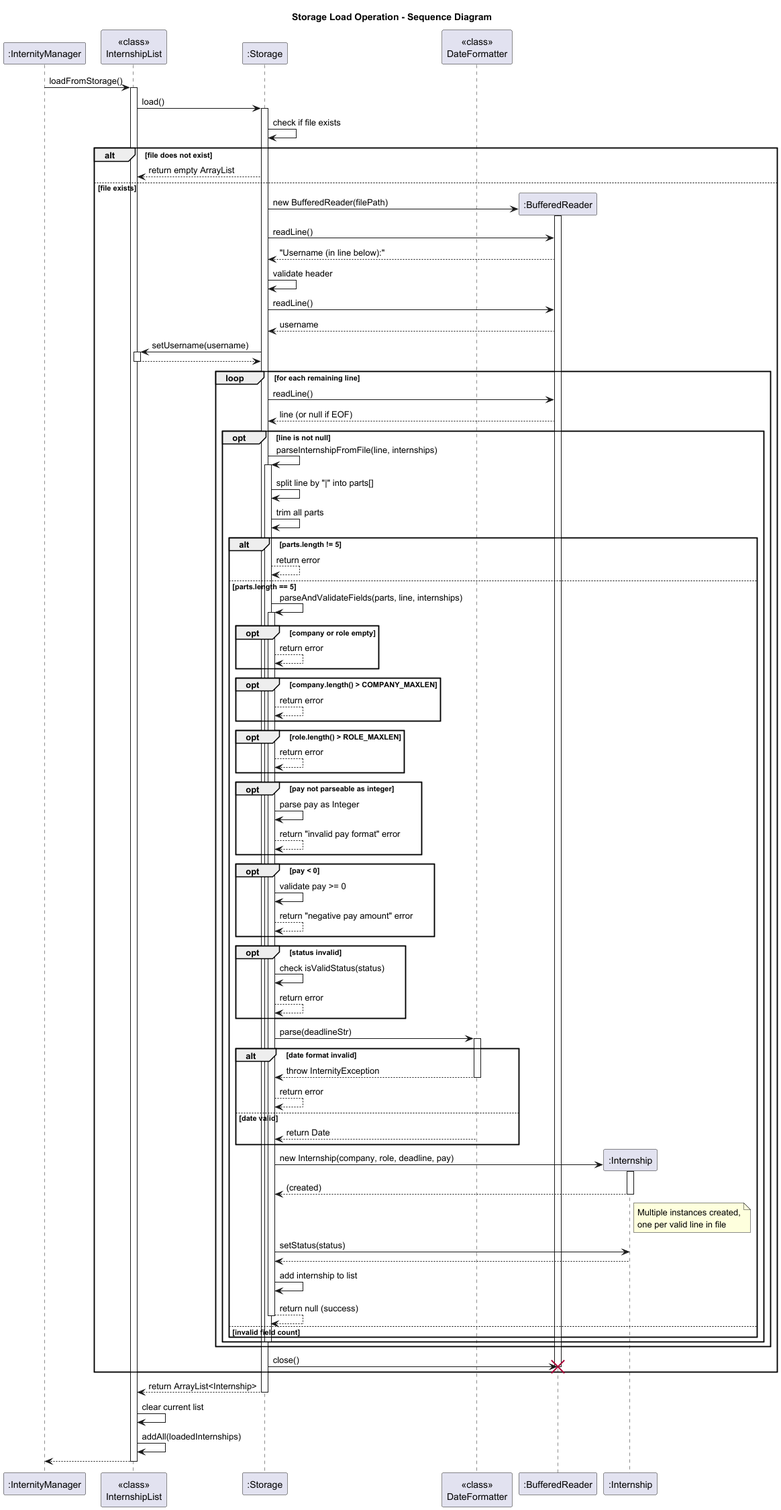
This is docs/diagrams/StorageLoadSD.png from AY2526S1-CS2113-W14-4/tp, a PlantUML export, as it was before one commit.
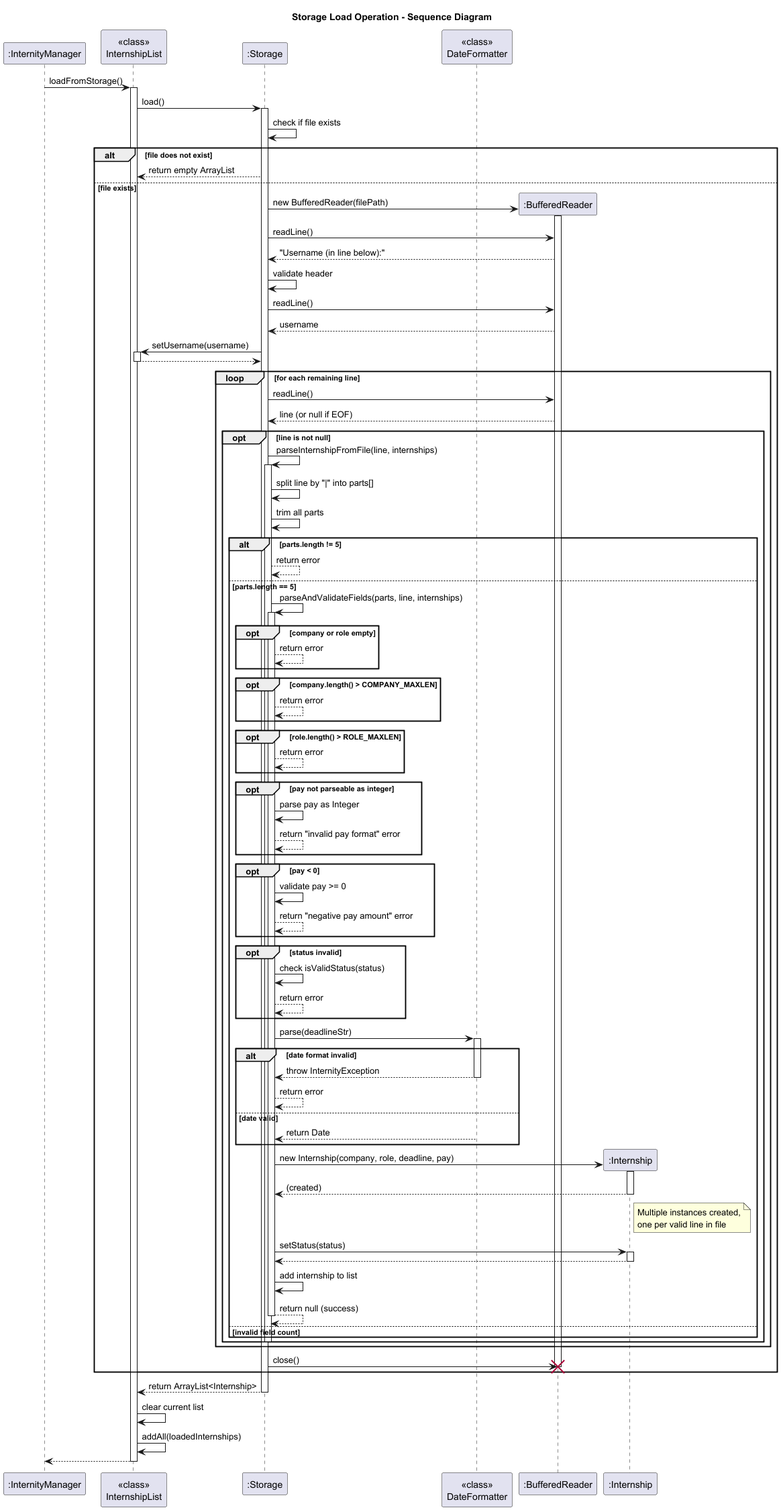
Later version of the same file.

Change to the diagram source:
```diff
@@ -95,6 +95,7 @@
                 note right of Intern: Multiple instances created,\none per valid line in file
 
                 S -> Intern: setStatus(status)
+                activate Intern
                 Intern --> S:
                 deactivate Intern
 
```
